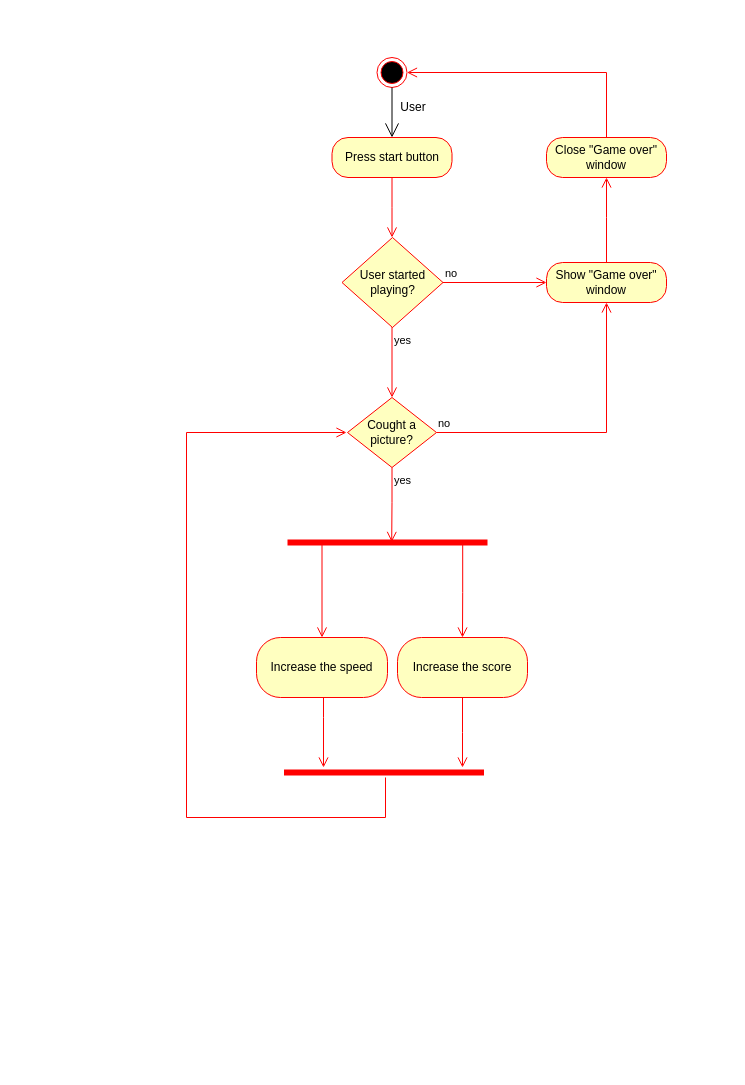
Earlier version of the draw.io diagram Activity.drawio (HeliHaavisto/diagrams). Source tidied: cells renumbered, new cells numbered last; positions are measured from the earlier drawing's top-left corner, leaving out a move shared by most shapes. Both pictures are drawn from the tidied source at 100%, with x=0, y=0 at pixel (186, 57).
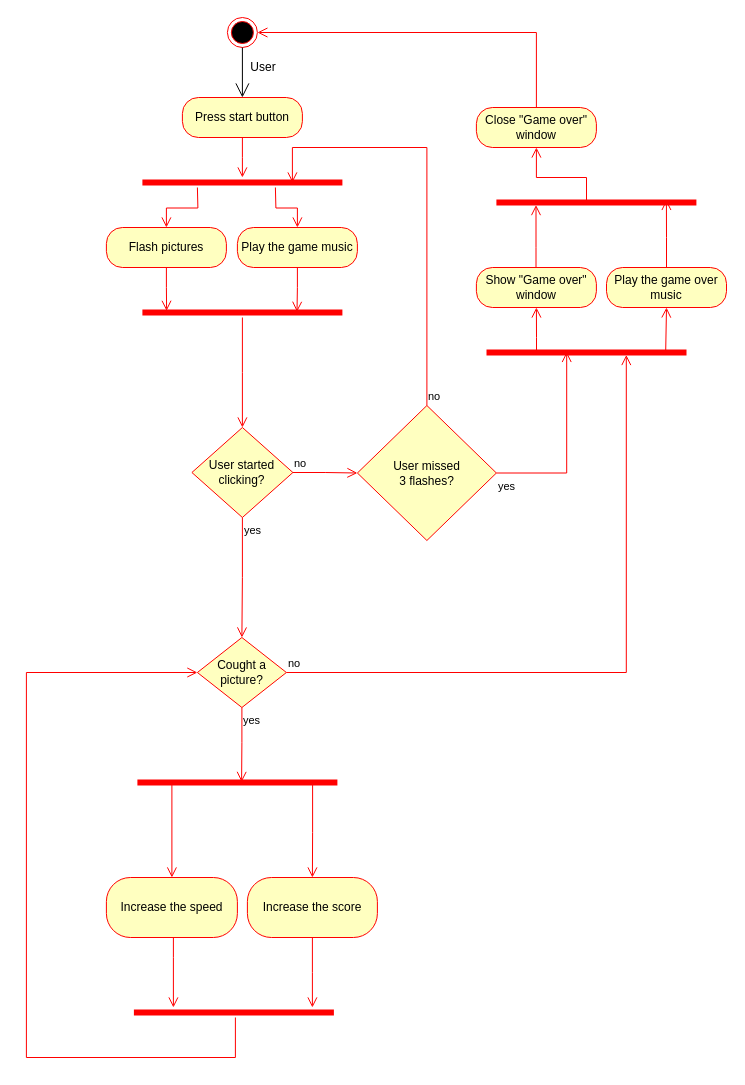
After the change.

The edit, as a diff of the source:
```diff
@@
     <mxCell id="2" style="ellipse;html=1;shape=endState;fillColor=#000000;strokeColor=#ff0000;" parent="1" vertex="1">
-      <mxGeometry x="190.5" width="30" height="30" as="geometry" />
+      <mxGeometry x="40.9" y="-40" width="30" height="30" as="geometry" />
     </mxCell>
     <mxCell id="3" value="Press start button" style="rounded=1;whiteSpace=wrap;html=1;arcSize=40;fontColor=#000000;fillColor=#ffffc0;strokeColor=#ff0000;" parent="1" vertex="1">
-      <mxGeometry x="145.5" y="80" width="120" height="40" as="geometry" />
+      <mxGeometry x="-4.1" y="40" width="120" height="40" as="geometry" />
     </mxCell>
-    <mxCell id="4" style="edgeStyle=orthogonalEdgeStyle;html=1;verticalAlign=bottom;endArrow=open;endSize=8;strokeColor=#ff0000;rounded=0;" parent="1" edge="1" source="3">
-      <mxGeometry relative="1" as="geometry">
-        <mxPoint x="205.5" y="180" as="targetPoint" />
-      </mxGeometry>
+    <mxCell id="4" style="edgeStyle=orthogonalEdgeStyle;html=1;verticalAlign=bottom;endArrow=open;endSize=8;strokeColor=#ff0000;rounded=0;" parent="1" edge="1" source="3" target="26">
+      <mxGeometry relative="1" as="geometry" />
     </mxCell>
@@
     <mxCell id="6" value="User" style="text;html=1;strokeColor=none;fillColor=none;align=center;verticalAlign=middle;whiteSpace=wrap;rounded=0;" parent="1" vertex="1">
-      <mxGeometry x="206.5" y="40" width="40" height="20" as="geometry" />
+      <mxGeometry x="56.9" width="40" height="20" as="geometry" />
     </mxCell>
-    <mxCell id="7" value="User started playing?" style="rhombus;whiteSpace=wrap;html=1;fillColor=#ffffc0;strokeColor=#ff0000;" parent="1" vertex="1">
-      <mxGeometry x="155.5" y="180" width="101" height="90" as="geometry" />
+    <mxCell id="7" value="User started clicking?" style="rhombus;whiteSpace=wrap;html=1;fillColor=#ffffc0;strokeColor=#ff0000;" parent="1" vertex="1">
+      <mxGeometry x="5.4" y="370" width="101" height="90" as="geometry" />
     </mxCell>
-    <mxCell id="8" value="no" style="edgeStyle=orthogonalEdgeStyle;html=1;align=left;verticalAlign=bottom;endArrow=open;endSize=8;strokeColor=#ff0000;rounded=0;entryX=0;entryY=0.5;entryDx=0;entryDy=0;" parent="1" edge="1" source="7" target="10">
+    <mxCell id="8" value="no" style="edgeStyle=orthogonalEdgeStyle;html=1;align=left;verticalAlign=bottom;endArrow=open;endSize=8;strokeColor=#ff0000;rounded=0;exitX=1;exitY=0.5;exitDx=0;exitDy=0;" parent="1" edge="1" source="7" target="35">
       <mxGeometry x="-1" relative="1" as="geometry" />
     </mxCell>
-    <mxCell id="9" value="yes" style="edgeStyle=orthogonalEdgeStyle;html=1;align=left;verticalAlign=top;endArrow=open;endSize=8;strokeColor=#ff0000;rounded=0;" parent="1" edge="1" source="7">
-      <mxGeometry x="-1" relative="1" as="geometry">
-        <mxPoint x="205.5" y="340" as="targetPoint" />
-      </mxGeometry>
+    <mxCell id="9" value="yes" style="edgeStyle=orthogonalEdgeStyle;html=1;align=left;verticalAlign=top;endArrow=open;endSize=8;strokeColor=#ff0000;rounded=0;" parent="1" edge="1" source="7" target="23">
+      <mxGeometry x="-1" relative="1" as="geometry" />
     </mxCell>
     <mxCell id="10" value="Show &quot;Game over&quot; window" style="rounded=1;whiteSpace=wrap;html=1;arcSize=40;fontColor=#000000;fillColor=#ffffc0;strokeColor=#ff0000;" parent="1" vertex="1">
-      <mxGeometry x="360" y="205" width="120" height="40" as="geometry" />
+      <mxGeometry x="289.9" y="210" width="120" height="40" as="geometry" />
     </mxCell>
-    <mxCell id="11" style="edgeStyle=orthogonalEdgeStyle;html=1;verticalAlign=bottom;endArrow=open;endSize=8;strokeColor=#ff0000;rounded=0;entryX=0.5;entryY=1;entryDx=0;entryDy=0;" parent="1" edge="1" source="10" target="12">
+    <mxCell id="11" style="edgeStyle=orthogonalEdgeStyle;html=1;verticalAlign=bottom;endArrow=open;endSize=8;strokeColor=#ff0000;rounded=0;entryX=0.198;entryY=0.757;entryDx=0;entryDy=0;entryPerimeter=0;" parent="1" edge="1" source="10" target="43">
       <mxGeometry relative="1" as="geometry">
         <Array as="points">
-          <mxPoint x="420" y="160" />
-          <mxPoint x="420" y="160" />
+          <mxPoint x="350" y="190" />
         </Array>
       </mxGeometry>
     </mxCell>
     <mxCell id="12" value="Close &quot;Game over&quot; window" style="rounded=1;whiteSpace=wrap;html=1;arcSize=40;fontColor=#000000;fillColor=#ffffc0;strokeColor=#ff0000;" parent="1" vertex="1">
-      <mxGeometry x="360" y="80" width="120" height="40" as="geometry" />
+      <mxGeometry x="289.9" y="50" width="120" height="40" as="geometry" />
     </mxCell>
-    <mxCell id="13" style="edgeStyle=orthogonalEdgeStyle;html=1;verticalAlign=bottom;endArrow=open;endSize=8;strokeColor=#ff0000;rounded=0;entryX=1;entryY=0.5;entryDx=0;entryDy=0;" parent="1" edge="1" source="12" target="2">
+    <mxCell id="13" style="edgeStyle=orthogonalEdgeStyle;html=1;verticalAlign=bottom;endArrow=open;endSize=8;strokeColor=#ff0000;rounded=0;entryX=1;entryY=0.5;entryDx=0;entryDy=0;exitX=0.5;exitY=0;exitDx=0;exitDy=0;" parent="1" edge="1" source="12" target="2">
       <mxGeometry relative="1" as="geometry">
         <Array as="points">
-          <mxPoint x="420" y="15" />
+          <mxPoint x="349.9" y="-25" />
         </Array>
       </mxGeometry>
     </mxCell>
     <mxCell id="14" value="Increase the speed" style="rounded=1;whiteSpace=wrap;html=1;arcSize=40;fontColor=#000000;fillColor=#ffffc0;strokeColor=#ff0000;" parent="1" vertex="1">
-      <mxGeometry x="70" y="580" width="131" height="60" as="geometry" />
+      <mxGeometry x="-80.1" y="820" width="131" height="60" as="geometry" />
     </mxCell>
     <mxCell id="15" value="Increase the score" style="rounded=1;whiteSpace=wrap;html=1;arcSize=40;fontColor=#000000;fillColor=#ffffc0;strokeColor=#ff0000;" parent="1" vertex="1">
-      <mxGeometry x="211" y="580" width="130" height="60" as="geometry" />
+      <mxGeometry x="60.9" y="820" width="130" height="60" as="geometry" />
     </mxCell>
     <mxCell id="16" style="shape=line;html=1;strokeWidth=6;strokeColor=#ff0000;" parent="1" vertex="1">
-      <mxGeometry x="101" y="480" width="200" height="10" as="geometry" />
+      <mxGeometry x="-49.1" y="720" width="200" height="10" as="geometry" />
     </mxCell>
@@
     <mxCell id="18" style="edgeStyle=orthogonalEdgeStyle;html=1;verticalAlign=bottom;endArrow=open;endSize=8;strokeColor=#ff0000;rounded=0;entryX=0.5;entryY=0;entryDx=0;entryDy=0;exitX=0.197;exitY=0.414;exitDx=0;exitDy=0;exitPerimeter=0;" parent="1" edge="1" source="16">
       <mxGeometry relative="1" as="geometry">
-        <mxPoint x="135.5" y="580" as="targetPoint" />
+        <mxPoint x="-14.6" y="820" as="targetPoint" />
         <Array as="points">
-          <mxPoint x="135" y="484" />
+          <mxPoint x="-15.1" y="724" />
         </Array>
       </mxGeometry>
     </mxCell>
     <mxCell id="19" style="shape=line;html=1;strokeWidth=6;strokeColor=#ff0000;" parent="1" vertex="1">
-      <mxGeometry x="97.5" y="710" width="200" height="10" as="geometry" />
+      <mxGeometry x="-52.6" y="950" width="200" height="10" as="geometry" />
     </mxCell>
-    <mxCell id="20" style="edgeStyle=orthogonalEdgeStyle;html=1;verticalAlign=bottom;endArrow=open;endSize=8;strokeColor=#ff0000;rounded=0;" parent="1" edge="1" source="19">
+    <mxCell id="20" style="edgeStyle=orthogonalEdgeStyle;html=1;verticalAlign=bottom;endArrow=open;endSize=8;strokeColor=#ff0000;rounded=0;" parent="1" edge="1" source="19" target="23">
       <mxGeometry relative="1" as="geometry">
-        <mxPoint x="160" y="375" as="targetPoint" />
         <Array as="points">
-          <mxPoint x="199" y="760" />
-          <mxPoint y="760" />
-          <mxPoint y="375" />
+          <mxPoint x="48.9" y="1000" />
+          <mxPoint x="-160.1" y="1000" />
+          <mxPoint x="-160.1" y="615" />
         </Array>
       </mxGeometry>
     </mxCell>
     <mxCell id="21" style="edgeStyle=orthogonalEdgeStyle;html=1;verticalAlign=bottom;endArrow=open;endSize=8;strokeColor=#ff0000;rounded=0;exitX=0.5;exitY=1;exitDx=0;exitDy=0;" parent="1" edge="1" source="15">
       <mxGeometry relative="1" as="geometry">
-        <mxPoint x="276" y="710" as="targetPoint" />
+        <mxPoint x="125.9" y="950" as="targetPoint" />
       </mxGeometry>
     </mxCell>
     <mxCell id="22" style="edgeStyle=orthogonalEdgeStyle;html=1;verticalAlign=bottom;endArrow=open;endSize=8;strokeColor=#ff0000;rounded=0;exitX=0.5;exitY=1;exitDx=0;exitDy=0;" parent="1" edge="1">
       <mxGeometry relative="1" as="geometry">
-        <mxPoint x="137" y="640" as="sourcePoint" />
-        <mxPoint x="137" y="710" as="targetPoint" />
+        <mxPoint x="-13.1" y="880" as="sourcePoint" />
+        <mxPoint x="-13.1" y="950" as="targetPoint" />
         <Array as="points">
-          <mxPoint x="137" y="660" />
-          <mxPoint x="137" y="660" />
+          <mxPoint x="-13.1" y="900" />
+          <mxPoint x="-13.1" y="900" />
         </Array>
       </mxGeometry>
     </mxCell>
     <mxCell id="23" value="Cought a picture?" style="rhombus;whiteSpace=wrap;html=1;fillColor=#ffffc0;strokeColor=#ff0000;" parent="1" vertex="1">
-      <mxGeometry x="161" y="340" width="89" height="70" as="geometry" />
+      <mxGeometry x="10.9" y="580" width="89" height="70" as="geometry" />
     </mxCell>
-    <mxCell id="24" value="no" style="edgeStyle=orthogonalEdgeStyle;html=1;align=left;verticalAlign=bottom;endArrow=open;endSize=8;strokeColor=#ff0000;rounded=0;entryX=0.5;entryY=1;entryDx=0;entryDy=0;" parent="1" edge="1" source="23" target="10">
-      <mxGeometry x="-1" relative="1" as="geometry" />
+    <mxCell id="24" value="no" style="edgeStyle=orthogonalEdgeStyle;html=1;align=left;verticalAlign=bottom;endArrow=open;endSize=8;strokeColor=#ff0000;rounded=0;entryX=0.699;entryY=0.75;entryDx=0;entryDy=0;entryPerimeter=0;" parent="1" edge="1" source="23" target="40">
+      <mxGeometry x="-1" relative="1" as="geometry">
+        <Array as="points">
+          <mxPoint x="440" y="615" />
+        </Array>
+      </mxGeometry>
     </mxCell>
@@
+    <mxCell id="26" style="shape=line;html=1;strokeWidth=6;strokeColor=#ff0000;" parent="1" vertex="1">
+      <mxGeometry x="-44.1" y="120" width="200" height="10" as="geometry" />
+    </mxCell>
+    <mxCell id="27" style="edgeStyle=orthogonalEdgeStyle;html=1;verticalAlign=bottom;endArrow=open;endSize=8;strokeColor=#ff0000;rounded=0;" parent="1" edge="1" target="31">
+      <mxGeometry relative="1" as="geometry">
+        <mxPoint x="88.9" y="130" as="sourcePoint" />
+      </mxGeometry>
+    </mxCell>
+    <mxCell id="28" style="edgeStyle=orthogonalEdgeStyle;html=1;verticalAlign=bottom;endArrow=open;endSize=8;strokeColor=#ff0000;rounded=0;entryX=0.5;entryY=0;entryDx=0;entryDy=0;" parent="1" edge="1" target="29">
+      <mxGeometry relative="1" as="geometry">
+        <mxPoint x="10.9" y="130" as="sourcePoint" />
+      </mxGeometry>
+    </mxCell>
+    <mxCell id="29" value="Flash pictures" style="rounded=1;whiteSpace=wrap;html=1;arcSize=40;fontColor=#000000;fillColor=#ffffc0;strokeColor=#ff0000;" parent="1" vertex="1">
+      <mxGeometry x="-80.1" y="170" width="120" height="40" as="geometry" />
+    </mxCell>
+    <mxCell id="30" style="edgeStyle=orthogonalEdgeStyle;html=1;verticalAlign=bottom;endArrow=open;endSize=8;strokeColor=#ff0000;rounded=0;entryX=0.121;entryY=0.333;entryDx=0;entryDy=0;entryPerimeter=0;" parent="1" edge="1" source="29" target="33">
+      <mxGeometry relative="1" as="geometry" />
+    </mxCell>
+    <mxCell id="31" value="Play the game music" style="rounded=1;whiteSpace=wrap;html=1;arcSize=40;fontColor=#000000;fillColor=#ffffc0;strokeColor=#ff0000;" parent="1" vertex="1">
+      <mxGeometry x="50.9" y="170" width="120" height="40" as="geometry" />
+    </mxCell>
+    <mxCell id="32" style="edgeStyle=orthogonalEdgeStyle;html=1;verticalAlign=bottom;endArrow=open;endSize=8;strokeColor=#ff0000;rounded=0;entryX=0.773;entryY=0.433;entryDx=0;entryDy=0;entryPerimeter=0;" parent="1" edge="1" source="31" target="33">
+      <mxGeometry relative="1" as="geometry">
+        <Array as="points">
+          <mxPoint x="110.9" y="230" />
+          <mxPoint x="109.9" y="230" />
+        </Array>
+      </mxGeometry>
+    </mxCell>
+    <mxCell id="33" style="shape=line;html=1;strokeWidth=6;strokeColor=#ff0000;" parent="1" vertex="1">
+      <mxGeometry x="-44.1" y="250" width="200" height="10" as="geometry" />
+    </mxCell>
+    <mxCell id="34" style="edgeStyle=orthogonalEdgeStyle;html=1;verticalAlign=bottom;endArrow=open;endSize=8;strokeColor=#ff0000;rounded=0;" parent="1" edge="1" source="33" target="7">
+      <mxGeometry relative="1" as="geometry" />
+    </mxCell>
+    <mxCell id="35" value="User missed&lt;br&gt;3 flashes?" style="rhombus;whiteSpace=wrap;html=1;fillColor=#ffffc0;strokeColor=#ff0000;" parent="1" vertex="1">
+      <mxGeometry x="170.9" y="348" width="139" height="135" as="geometry" />
+    </mxCell>
+    <mxCell id="36" value="no" style="edgeStyle=orthogonalEdgeStyle;html=1;align=left;verticalAlign=bottom;endArrow=open;endSize=8;strokeColor=#ff0000;rounded=0;entryX=0.75;entryY=0.5;entryDx=0;entryDy=0;entryPerimeter=0;exitX=0.5;exitY=0;exitDx=0;exitDy=0;" parent="1" edge="1" source="35" target="26">
+      <mxGeometry x="-1" relative="1" as="geometry">
+        <Array as="points">
+          <mxPoint x="240.9" y="90" />
+          <mxPoint x="105.9" y="90" />
+        </Array>
+      </mxGeometry>
+    </mxCell>
+    <mxCell id="37" value="yes" style="edgeStyle=orthogonalEdgeStyle;html=1;align=left;verticalAlign=top;endArrow=open;endSize=8;strokeColor=#ff0000;rounded=0;entryX=0.401;entryY=0.444;entryDx=0;entryDy=0;exitX=1;exitY=0.5;exitDx=0;exitDy=0;entryPerimeter=0;" parent="1" edge="1" source="35" target="40">
+      <mxGeometry x="-1" relative="1" as="geometry">
+        <Array as="points">
+          <mxPoint x="380" y="416" />
+          <mxPoint x="380" y="294" />
+        </Array>
+      </mxGeometry>
+    </mxCell>
+    <mxCell id="38" value="Play the game over music" style="rounded=1;whiteSpace=wrap;html=1;arcSize=40;fontColor=#000000;fillColor=#ffffc0;strokeColor=#ff0000;" parent="1" vertex="1">
+      <mxGeometry x="420" y="210" width="120" height="40" as="geometry" />
+    </mxCell>
+    <mxCell id="39" style="edgeStyle=orthogonalEdgeStyle;html=1;verticalAlign=bottom;endArrow=open;endSize=8;strokeColor=#ff0000;rounded=0;entryX=0.85;entryY=0.243;entryDx=0;entryDy=0;entryPerimeter=0;" parent="1" edge="1" source="38" target="43">
+      <mxGeometry relative="1" as="geometry" />
+    </mxCell>
+    <mxCell id="40" style="shape=line;html=1;strokeWidth=6;strokeColor=#ff0000;" parent="1" vertex="1">
+      <mxGeometry x="300" y="290" width="200" height="10" as="geometry" />
+    </mxCell>
+    <mxCell id="41" style="edgeStyle=orthogonalEdgeStyle;html=1;verticalAlign=bottom;endArrow=open;endSize=8;strokeColor=#ff0000;rounded=0;entryX=0.5;entryY=1;entryDx=0;entryDy=0;exitX=0.25;exitY=0.5;exitDx=0;exitDy=0;exitPerimeter=0;" parent="1" edge="1" source="40" target="10">
+      <mxGeometry relative="1" as="geometry">
+        <Array as="points">
+          <mxPoint x="350" y="280" />
+          <mxPoint x="350" y="280" />
+        </Array>
+      </mxGeometry>
+    </mxCell>
+    <mxCell id="42" style="edgeStyle=orthogonalEdgeStyle;html=1;verticalAlign=bottom;endArrow=open;endSize=8;strokeColor=#ff0000;rounded=0;entryX=0.5;entryY=1;entryDx=0;entryDy=0;exitX=0.896;exitY=0.386;exitDx=0;exitDy=0;exitPerimeter=0;" parent="1" edge="1" source="40" target="38">
+      <mxGeometry relative="1" as="geometry">
+        <Array as="points">
+          <mxPoint x="480" y="294" />
+        </Array>
+      </mxGeometry>
+    </mxCell>
+    <mxCell id="43" style="shape=line;html=1;strokeWidth=6;strokeColor=#ff0000;" parent="1" vertex="1">
+      <mxGeometry x="309.9" y="140" width="200" height="10" as="geometry" />
+    </mxCell>
+    <mxCell id="44" style="edgeStyle=orthogonalEdgeStyle;html=1;verticalAlign=bottom;endArrow=open;endSize=8;strokeColor=#ff0000;rounded=0;exitX=0.301;exitY=0.357;exitDx=0;exitDy=0;exitPerimeter=0;entryX=0.5;entryY=1;entryDx=0;entryDy=0;" parent="1" edge="1" source="43" target="12">
+      <mxGeometry relative="1" as="geometry">
+        <Array as="points">
+          <mxPoint x="400" y="144" />
+          <mxPoint x="400" y="120" />
+          <mxPoint x="350" y="120" />
+        </Array>
+      </mxGeometry>
+    </mxCell>
```
